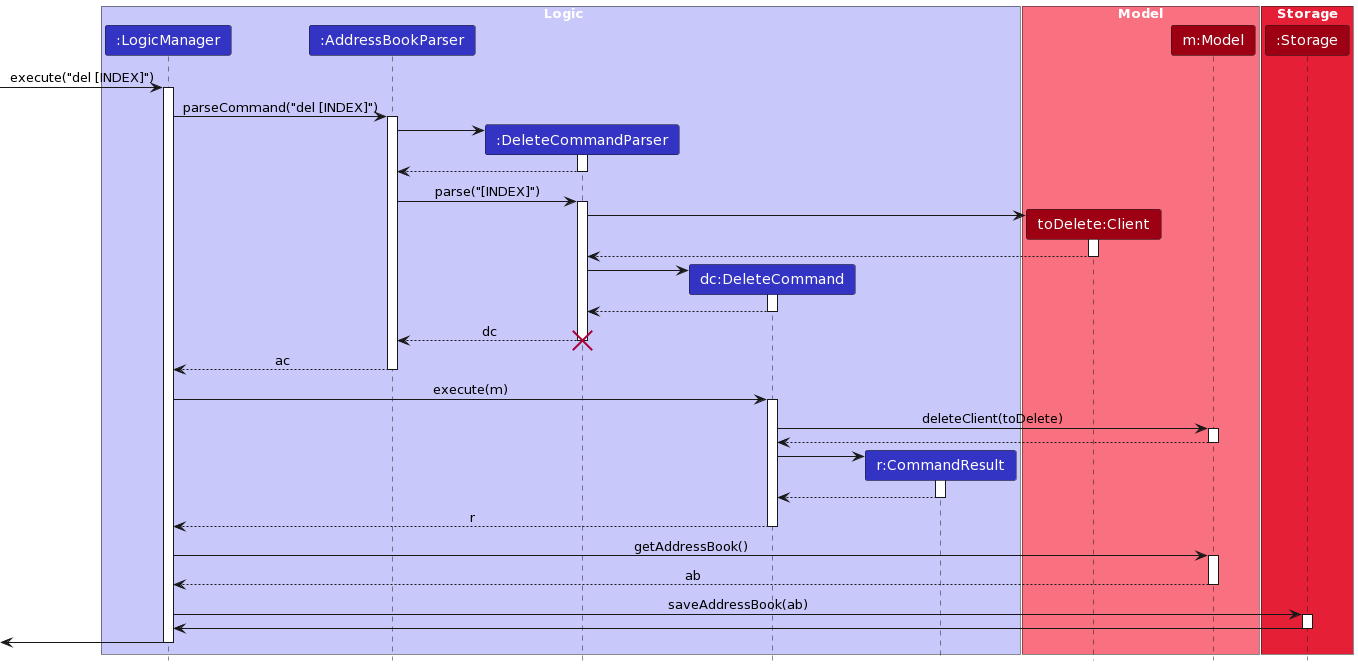
This is docs/images/DeleteSequenceDiagram.png from camille-readbean/tp, a PlantUML export, as it was before one commit.
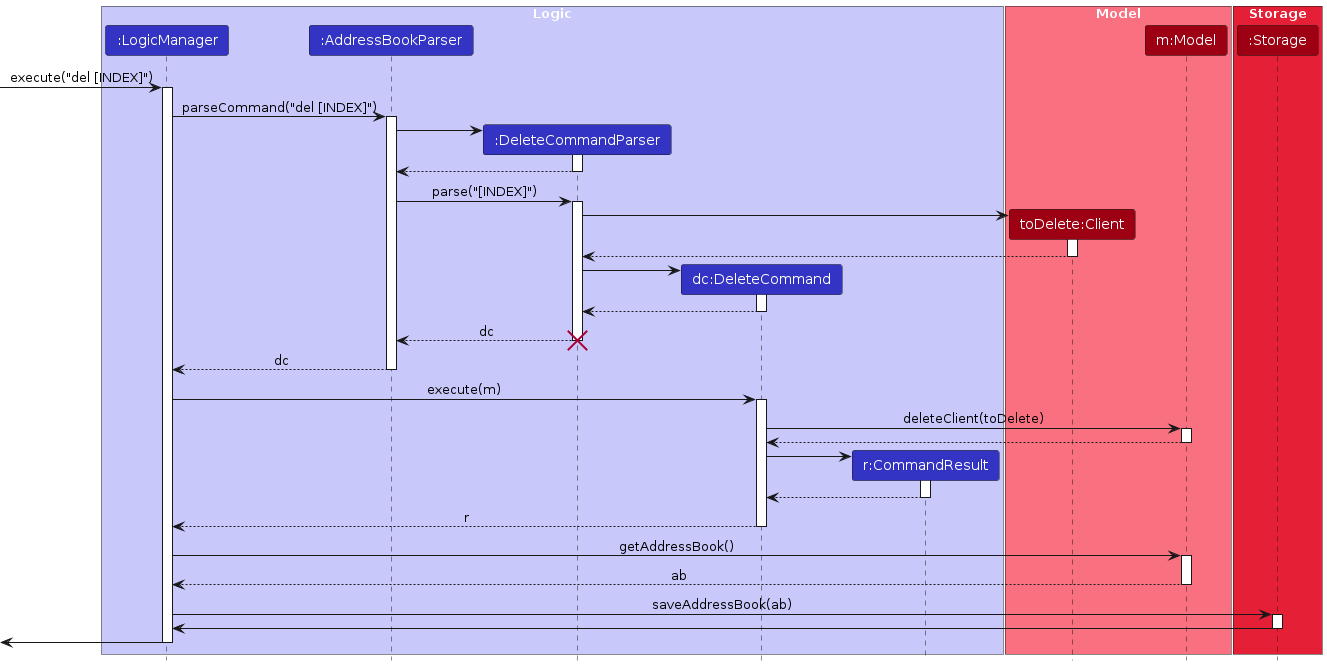
Later version of the same file.

Commit message:
Update UML diagrams

The edit, as a diff of the source:
```diff
@@ -2,7 +2,7 @@
 skinparam ArrowFontStyle plain
 hide footbox
 skinparam sequenceMessageAlign center
-box "<color #white> Logic" #C8C8FA
+box "<color #white> Logic </color>" #C8C8FA
 participant "<color #white> :LogicManager </color>" as LM #3333C4
 participant "<color #white> :AddressBookParser </color>" as ABP #3333C4
 participant "<color #white> :DeleteCommandParser </color>" as DCP #3333C4
@@ -40,7 +40,7 @@
 deactivate DCP
 destroy DCP
 
-ABP --> LM : ac
+ABP --> LM : dc
 deactivate ABP
 
 LM -> dc : execute(m)
```
